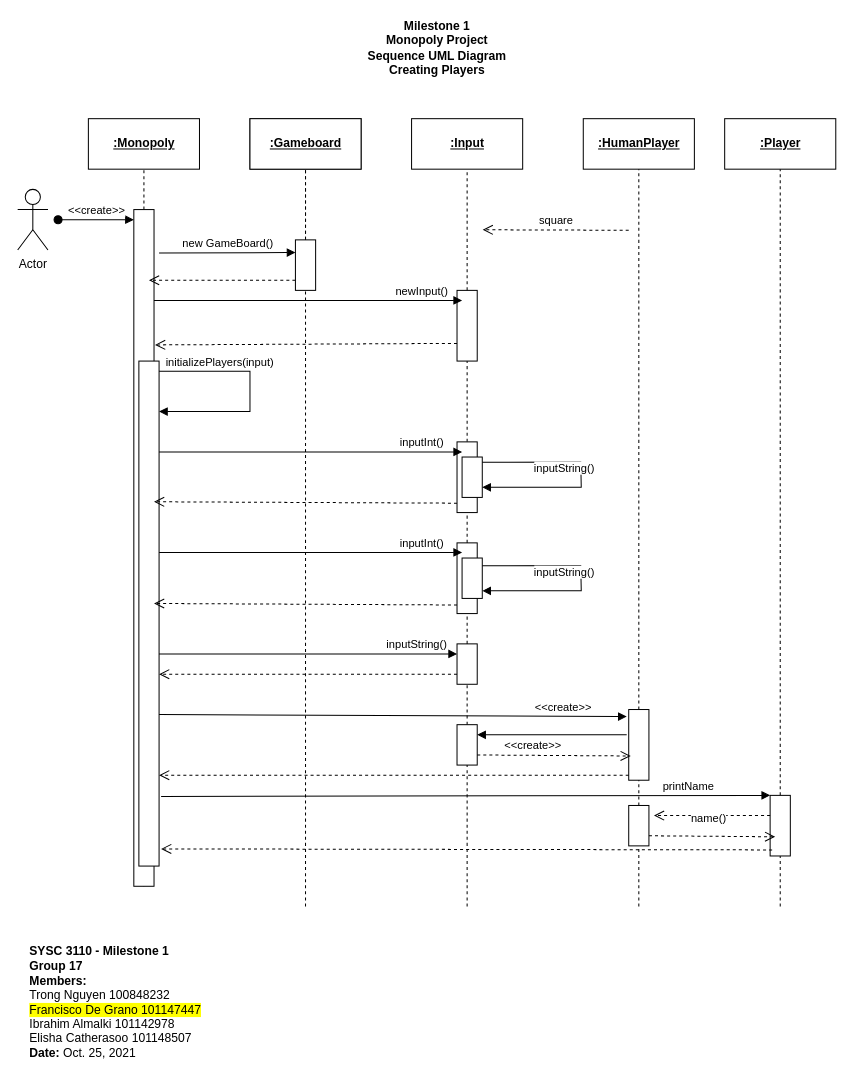
This is page "SequenceUML_1" (2 of 5) of M2_ClassUML.drawio from trong0dn/monopoly, a draw.io file, before an edit. Source tidied: cells renumbered, new cells numbered last; positions are measured from the earlier drawing's top-left corner, leaving out a move shared by most shapes. Both pictures are drawn from the tidied source at 101%, with x=0, y=0 at pixel (17, 17).
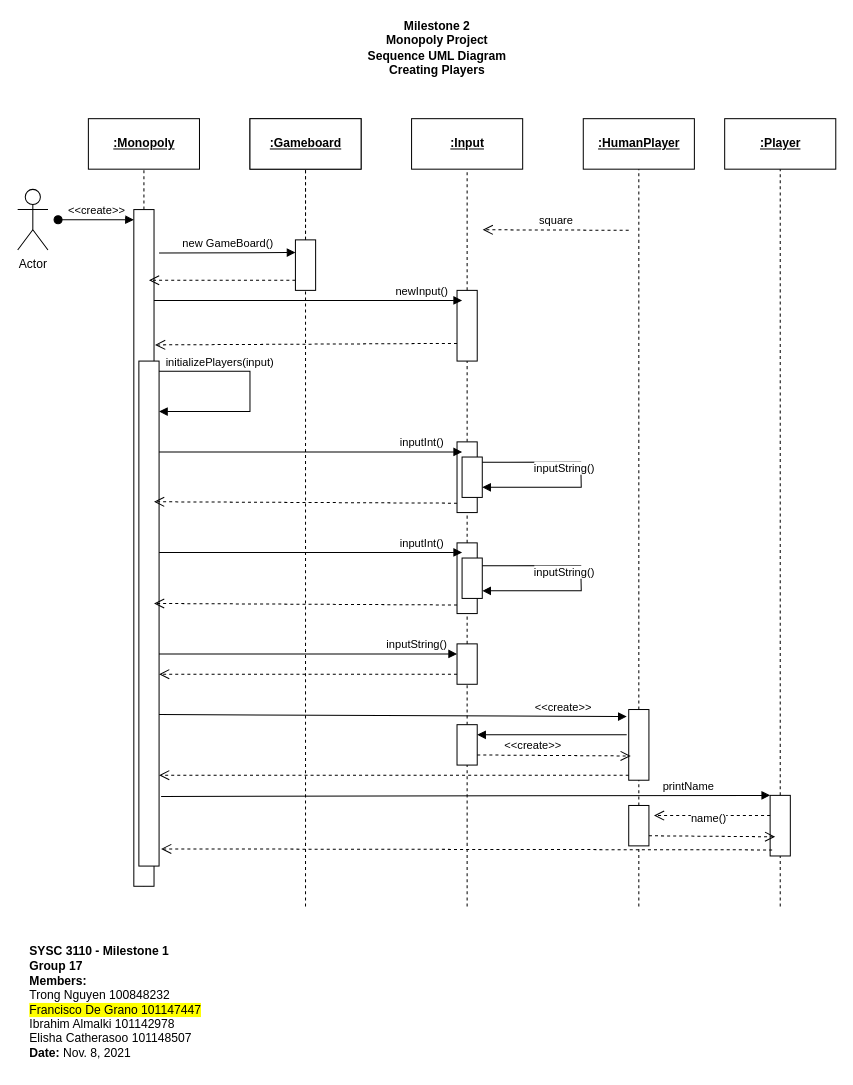
After the change.

What changed in the source:
```diff
@@
-    <mxCell id="3" value="&lt;b&gt;SYSC 3110 - Milestone 1&lt;/b&gt;&lt;br&gt;&lt;b&gt;Group 17&lt;/b&gt;&lt;br&gt;&lt;b&gt;Members:&lt;/b&gt;&lt;br&gt;Trong Nguyen 100848232 &lt;br&gt;&lt;span style=&quot;background-color: rgb(255 , 255 , 0)&quot;&gt;Francisco De Grano 101147447&lt;/span&gt; &lt;br&gt;Ibrahim Almalki 101142978 &lt;br&gt;Elisha Catherasoo 101148507&lt;br&gt;&lt;b&gt;Date: &lt;/b&gt;Oct. 25, 2021" style="text;html=1;strokeColor=none;fillColor=none;align=left;verticalAlign=middle;whiteSpace=wrap;rounded=0;" parent="1" vertex="1">
+    <mxCell id="3" value="&lt;b&gt;SYSC 3110 - Milestone 1&lt;/b&gt;&lt;br&gt;&lt;b&gt;Group 17&lt;/b&gt;&lt;br&gt;&lt;b&gt;Members:&lt;/b&gt;&lt;br&gt;Trong Nguyen 100848232 &lt;br&gt;&lt;span style=&quot;background-color: rgb(255 , 255 , 0)&quot;&gt;Francisco De Grano 101147447&lt;/span&gt; &lt;br&gt;Ibrahim Almalki 101142978 &lt;br&gt;Elisha Catherasoo 101148507&lt;br&gt;&lt;b&gt;Date: &lt;/b&gt;Nov. 8, 2021" style="text;html=1;strokeColor=none;fillColor=none;align=left;verticalAlign=middle;whiteSpace=wrap;rounded=0;" parent="1" vertex="1">
       <mxGeometry x="10" y="910" width="200" height="130" as="geometry" />
     </mxCell>
-    <mxCell id="4" value="&lt;b&gt;Milestone 1&lt;br&gt;Monopoly Project&lt;br&gt;Sequence UML Diagram&lt;br&gt;Creating Players&lt;br&gt;&lt;/b&gt;" style="text;html=1;align=center;verticalAlign=middle;strokeColor=none;fillColor=none;" parent="1" vertex="1">
+    <mxCell id="4" value="&lt;b&gt;Milestone 2&lt;br&gt;Monopoly Project&lt;br&gt;Sequence UML Diagram&lt;br&gt;Creating Players&lt;br&gt;&lt;/b&gt;" style="text;html=1;align=center;verticalAlign=middle;strokeColor=none;fillColor=none;" parent="1" vertex="1">
       <mxGeometry x="340" width="150" height="60" as="geometry" />
     </mxCell>
```
